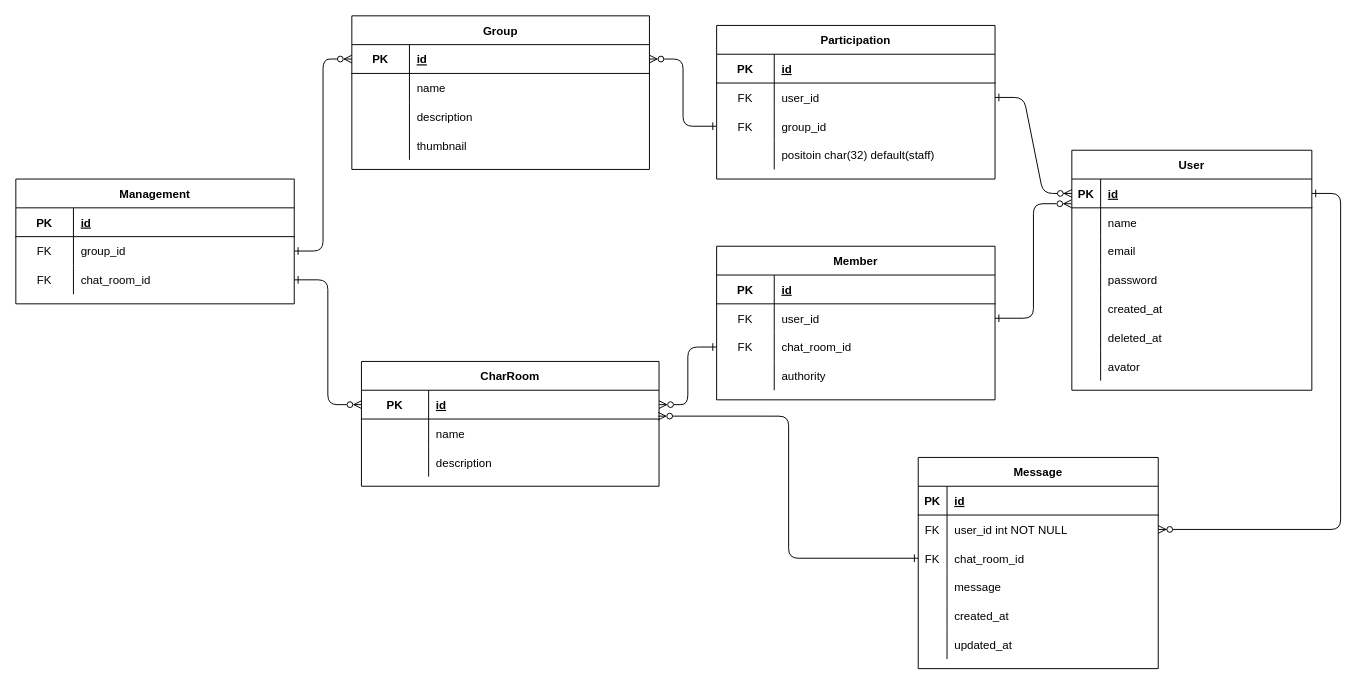
O3O7/chat keeps this draw.io diagram as er.drawio. Above is the earlier version. Source tidied: cells renumbered, new cells numbered last; positions are measured from the earlier drawing's top-left corner, leaving out a move shared by most shapes. Both pictures are drawn from the tidied source at 96%, with x=0, y=0 at pixel (15, 15).
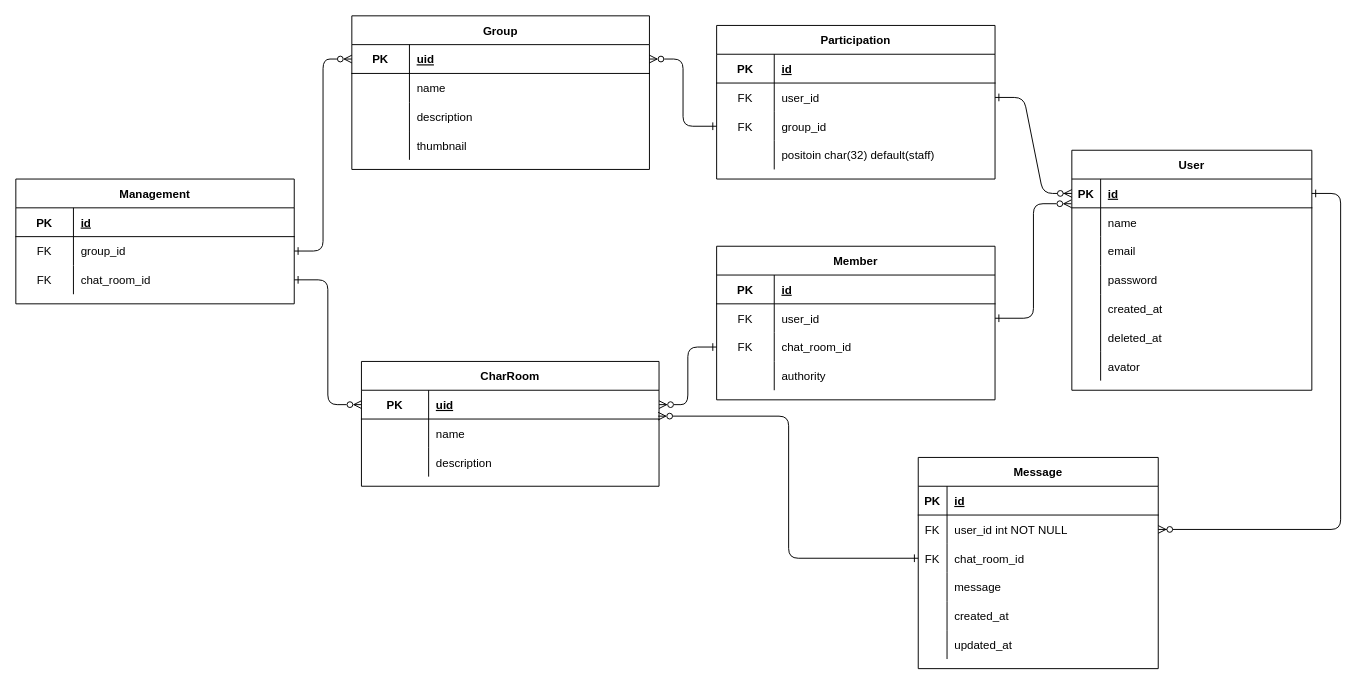
Above is the later version.

The change refers to these unchanged cells:
```xml
<mxCell id="59" style="shape=partialRectangle;fillColor=none;points=[[0,0.5],[1,0.5]];portConstraint=eastwest;top=0;left=0;right=0;bottom=1;" parent="58" vertex="1">
  <mxGeometry y="30" width="310" height="30" as="geometry" />
</mxCell>
<mxCell id="73" style="shape=partialRectangle;fillColor=none;points=[[0,0.5],[1,0.5]];portConstraint=eastwest;top=0;left=0;right=0;bottom=1;" parent="72" vertex="1">
  <mxGeometry y="30" width="310" height="30" as="geometry" />
</mxCell>
```

Diff of the diagram source:
```diff
@@
-    <mxCell id="61" value="id" style="shape=partialRectangle;overflow=hidden;fillColor=none;top=0;left=0;bottom=0;right=0;align=left;spacingLeft=6;fontStyle=5;" parent="59" vertex="1">
+    <mxCell id="61" value="uid" style="shape=partialRectangle;overflow=hidden;fillColor=none;top=0;left=0;bottom=0;right=0;align=left;spacingLeft=6;fontStyle=5;" parent="59" vertex="1">
       <mxGeometry x="60" width="250" height="30" as="geometry" />
     </mxCell>
@@
-    <mxCell id="75" value="id" style="shape=partialRectangle;overflow=hidden;fillColor=none;top=0;left=0;bottom=0;right=0;align=left;spacingLeft=6;fontStyle=5;" parent="73" vertex="1">
+    <mxCell id="75" value="uid" style="shape=partialRectangle;overflow=hidden;fillColor=none;top=0;left=0;bottom=0;right=0;align=left;spacingLeft=6;fontStyle=5;" parent="73" vertex="1">
       <mxGeometry x="70" width="240" height="30" as="geometry" />
     </mxCell>
```
